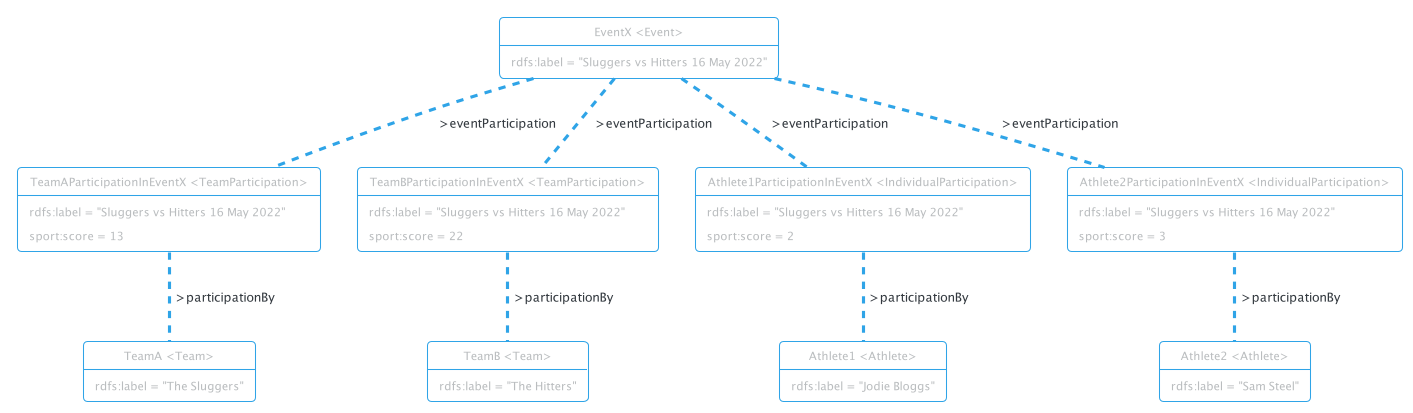
This is docs/diagrams/athlete-team-participation.png from iptc/sport-schema, a PlantUML export, as it was before one commit.
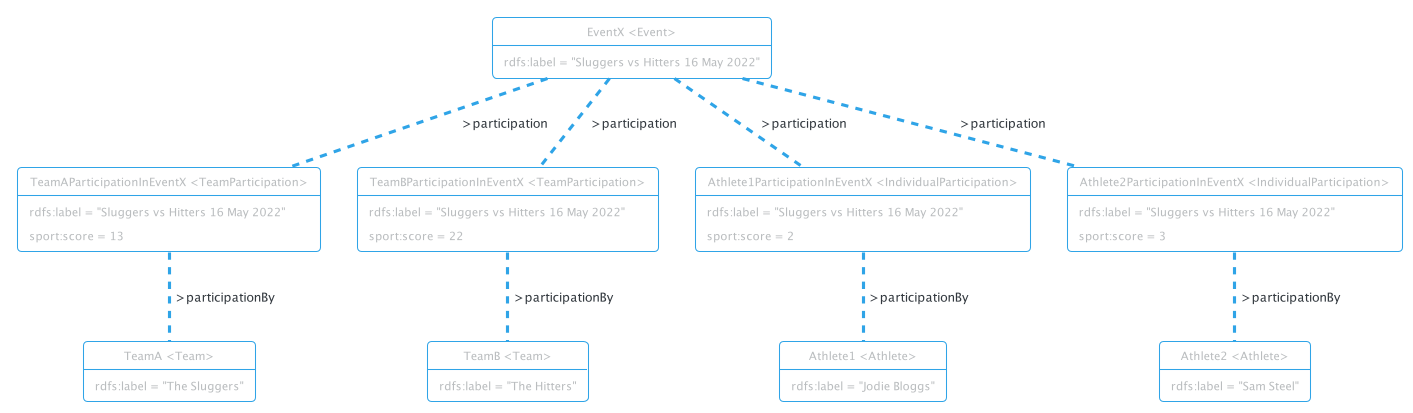
After the change.

Change to the diagram source:
```diff
@@ -41,12 +41,12 @@
   sport:score = 3
 }
 
-EventX .. TeamAParticipationInEventX : >eventParticipation
+EventX .. TeamAParticipationInEventX : >participation
 TeamAParticipationInEventX .. TeamA : >participationBy
-EventX .. TeamBParticipationInEventX : >eventParticipation
+EventX .. TeamBParticipationInEventX : >participation
 TeamBParticipationInEventX .. TeamB : >participationBy
-EventX .. Athlete1ParticipationInEventX : >eventParticipation
+EventX .. Athlete1ParticipationInEventX : >participation
 Athlete1ParticipationInEventX .. Athlete1 : >participationBy
-EventX .. Athlete2ParticipationInEventX : >eventParticipation
+EventX .. Athlete2ParticipationInEventX : >participation
 Athlete2ParticipationInEventX .. Athlete2 : >participationBy
 @enduml
```
